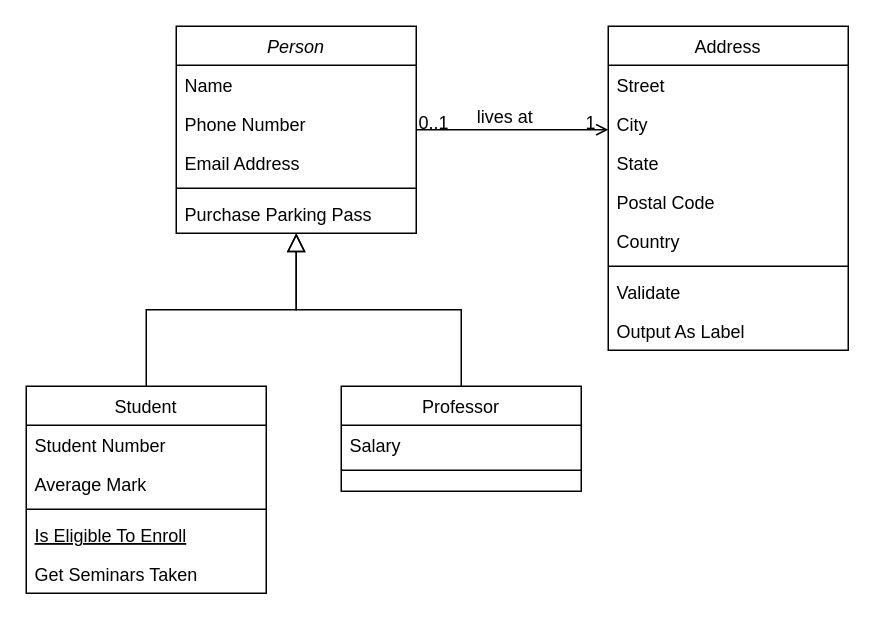
Before: DK i DO/dostawca.drawio in Tarik-Alaiwi-dev/psi, a draw.io diagram. Source tidied: cells renumbered, new cells numbered last; positions are measured from the earlier drawing's top-left corner, leaving out a move shared by most shapes. Both pictures are drawn from the tidied source at 150%, with x=0, y=0 at pixel (26, 26).
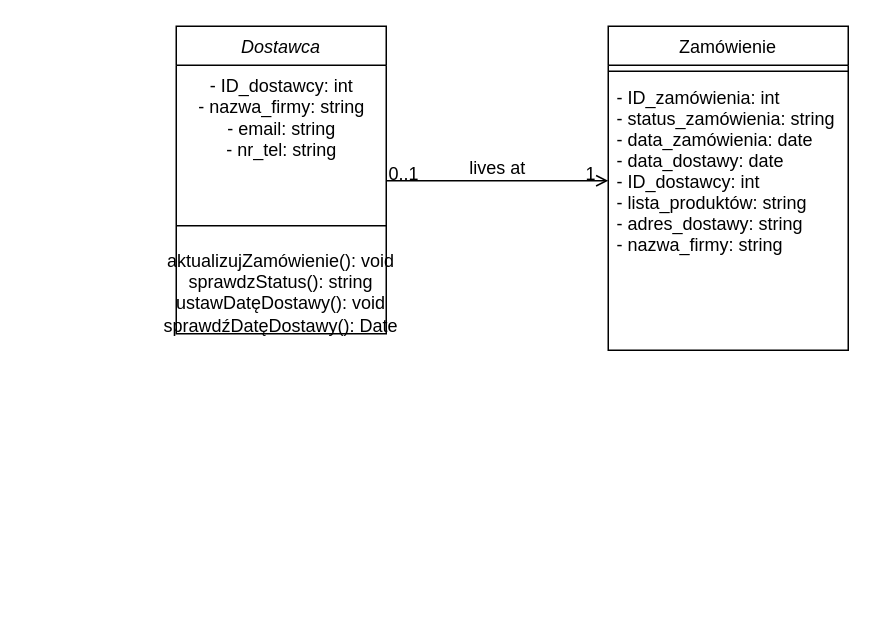
Above is the later version.

Diff of the diagram source:
```diff
@@
-    <mxCell id="2" value="Person" style="swimlane;fontStyle=2;align=center;verticalAlign=top;horizontal=1;startSize=26;rounded=0;shadow=0;strokeWidth=1;" parent="1" vertex="1">
-      <mxGeometry x="100" width="160" height="138" as="geometry" />
+    <mxCell id="2" value="Dostawca" style="swimlane;fontStyle=2;align=center;verticalAlign=top;horizontal=1;startSize=26;rounded=0;shadow=0;strokeWidth=1;" parent="1" vertex="1">
+      <mxGeometry x="100" width="140" height="205" as="geometry" />
     </mxCell>
-    <mxCell id="3" value="Name" style="text;align=left;verticalAlign=top;spacingLeft=4;spacingRight=4;overflow=hidden;" parent="2" vertex="1">
-      <mxGeometry y="26" width="160" height="26" as="geometry" />
-    </mxCell>
-    <mxCell id="4" value="Phone Number" style="text;align=left;verticalAlign=top;spacingLeft=4;spacingRight=4;overflow=hidden;rounded=0;shadow=0;html=0;" parent="2" vertex="1">
-      <mxGeometry y="52" width="160" height="26" as="geometry" />
-    </mxCell>
-    <mxCell id="5" value="Email Address" style="text;align=left;verticalAlign=top;spacingLeft=4;spacingRight=4;overflow=hidden;rounded=0;shadow=0;html=0;" parent="2" vertex="1">
-      <mxGeometry y="78" width="160" height="26" as="geometry" />
-    </mxCell>
+    <mxCell id="32" value="&lt;span style=&quot;text-align: left;&quot;&gt;- ID_dostawcy: int&lt;/span&gt;&lt;br style=&quot;padding: 0px; margin: 0px; text-align: left;&quot;&gt;&lt;span style=&quot;text-align: left;&quot;&gt;- nazwa_firmy: string&lt;/span&gt;&lt;br style=&quot;padding: 0px; margin: 0px; text-align: left;&quot;&gt;&lt;span style=&quot;text-align: left;&quot;&gt;- email: string&lt;/span&gt;&lt;br style=&quot;padding: 0px; margin: 0px; text-align: left;&quot;&gt;&lt;span style=&quot;text-align: left;&quot;&gt;- nr_tel: string&lt;/span&gt;" style="text;html=1;align=center;verticalAlign=middle;strokeColor=none;fillColor=none;" parent="2" vertex="1">
+      <mxGeometry y="26" width="140" height="70" as="geometry" />
+    </mxCell>
     <mxCell id="6" style="line;html=1;strokeWidth=1;align=left;verticalAlign=middle;spacingTop=-1;spacingLeft=3;spacingRight=3;labelPosition=right;" parent="2" vertex="1">
-      <mxGeometry y="104" width="160" height="8" as="geometry" />
+      <mxGeometry y="96" width="140" height="74" as="geometry" />
     </mxCell>
-    <mxCell id="7" value="Purchase Parking Pass" style="text;align=left;verticalAlign=top;spacingLeft=4;spacingRight=4;overflow=hidden;" parent="2" vertex="1">
-      <mxGeometry y="112" width="160" height="26" as="geometry" />
-    </mxCell>
-    <mxCell id="8" value="Student" style="swimlane;fontStyle=0;align=center;verticalAlign=top;horizontal=1;startSize=26;rounded=0;shadow=0;strokeWidth=1;" parent="1" vertex="1">
-      <mxGeometry y="240" width="160" height="138" as="geometry" />
-    </mxCell>
-    <mxCell id="9" value="Student Number" style="text;align=left;verticalAlign=top;spacingLeft=4;spacingRight=4;overflow=hidden;" parent="8" vertex="1">
-      <mxGeometry y="26" width="160" height="26" as="geometry" />
-    </mxCell>
-    <mxCell id="10" value="Average Mark" style="text;align=left;verticalAlign=top;spacingLeft=4;spacingRight=4;overflow=hidden;rounded=0;shadow=0;html=0;" parent="8" vertex="1">
-      <mxGeometry y="52" width="160" height="26" as="geometry" />
-    </mxCell>
-    <mxCell id="11" style="line;html=1;strokeWidth=1;align=left;verticalAlign=middle;spacingTop=-1;spacingLeft=3;spacingRight=3;labelPosition=right;" parent="8" vertex="1">
-      <mxGeometry y="78" width="160" height="8" as="geometry" />
-    </mxCell>
-    <mxCell id="12" value="Is Eligible To Enroll" style="text;align=left;verticalAlign=top;spacingLeft=4;spacingRight=4;overflow=hidden;fontStyle=4;" parent="8" vertex="1">
-      <mxGeometry y="86" width="160" height="26" as="geometry" />
-    </mxCell>
-    <mxCell id="13" value="Get Seminars Taken" style="text;align=left;verticalAlign=top;spacingLeft=4;spacingRight=4;overflow=hidden;" parent="8" vertex="1">
-      <mxGeometry y="112" width="160" height="26" as="geometry" />
-    </mxCell>
-    <mxCell id="14" style="endArrow=block;endSize=10;endFill=0;shadow=0;strokeWidth=1;rounded=0;curved=0;edgeStyle=elbowEdgeStyle;elbow=vertical;" parent="1" edge="1" source="8" target="2">
-      <mxGeometry relative="1" as="geometry" />
-    </mxCell>
-    <mxCell id="15" value="Professor" style="swimlane;fontStyle=0;align=center;verticalAlign=top;horizontal=1;startSize=26;rounded=0;shadow=0;strokeWidth=1;" parent="1" vertex="1">
-      <mxGeometry x="210" y="240" width="160" height="70" as="geometry" />
-    </mxCell>
-    <mxCell id="16" value="Salary" style="text;align=left;verticalAlign=top;spacingLeft=4;spacingRight=4;overflow=hidden;" parent="15" vertex="1">
-      <mxGeometry y="26" width="160" height="26" as="geometry" />
-    </mxCell>
-    <mxCell id="17" style="line;html=1;strokeWidth=1;align=left;verticalAlign=middle;spacingTop=-1;spacingLeft=3;spacingRight=3;labelPosition=right;" parent="15" vertex="1">
-      <mxGeometry y="52" width="160" height="8" as="geometry" />
-    </mxCell>
-    <mxCell id="18" style="endArrow=block;endSize=10;endFill=0;shadow=0;strokeWidth=1;rounded=0;curved=0;edgeStyle=elbowEdgeStyle;elbow=vertical;" parent="1" edge="1" source="15" target="2">
-      <mxGeometry relative="1" as="geometry" />
-    </mxCell>
+    <mxCell id="33" value="&lt;span style=&quot;text-wrap: nowrap;&quot;&gt;aktualizujZamówienie(): void&lt;/span&gt;&lt;div&gt;&lt;span style=&quot;text-wrap: nowrap;&quot;&gt;sprawdzStatus(): string&lt;/span&gt;&lt;/div&gt;&lt;div&gt;&lt;span style=&quot;text-wrap: nowrap;&quot;&gt;ustawDatęDostawy(): void&lt;/span&gt;&lt;/div&gt;&lt;div&gt;&lt;span style=&quot;text-wrap: nowrap;&quot;&gt;sprawdźDatęDostawy(): Date&lt;/span&gt;&lt;/div&gt;&lt;div&gt;&lt;span style=&quot;text-wrap: nowrap;&quot;&gt;&lt;br&gt;&lt;/span&gt;&lt;/div&gt;" style="text;html=1;align=center;verticalAlign=middle;whiteSpace=wrap;rounded=0;" parent="2" vertex="1">
+      <mxGeometry y="170" width="140" height="30" as="geometry" />
+    </mxCell>
-    <mxCell id="19" value="Address" style="swimlane;fontStyle=0;align=center;verticalAlign=top;horizontal=1;startSize=26;rounded=0;shadow=0;strokeWidth=1;" parent="1" vertex="1">
+    <mxCell id="19" value="Zamówienie" style="swimlane;fontStyle=0;align=center;verticalAlign=top;horizontal=1;startSize=26;rounded=0;shadow=0;strokeWidth=1;" parent="1" vertex="1">
       <mxGeometry x="388" width="160" height="216" as="geometry" />
     </mxCell>
-    <mxCell id="20" value="Street" style="text;align=left;verticalAlign=top;spacingLeft=4;spacingRight=4;overflow=hidden;" parent="19" vertex="1">
-      <mxGeometry y="26" width="160" height="26" as="geometry" />
-    </mxCell>
-    <mxCell id="21" value="City" style="text;align=left;verticalAlign=top;spacingLeft=4;spacingRight=4;overflow=hidden;rounded=0;shadow=0;html=0;" parent="19" vertex="1">
-      <mxGeometry y="52" width="160" height="26" as="geometry" />
-    </mxCell>
-    <mxCell id="22" value="State" style="text;align=left;verticalAlign=top;spacingLeft=4;spacingRight=4;overflow=hidden;rounded=0;shadow=0;html=0;" parent="19" vertex="1">
-      <mxGeometry y="78" width="160" height="26" as="geometry" />
-    </mxCell>
-    <mxCell id="23" value="Postal Code" style="text;align=left;verticalAlign=top;spacingLeft=4;spacingRight=4;overflow=hidden;rounded=0;shadow=0;html=0;" parent="19" vertex="1">
-      <mxGeometry y="104" width="160" height="26" as="geometry" />
-    </mxCell>
-    <mxCell id="24" value="Country" style="text;align=left;verticalAlign=top;spacingLeft=4;spacingRight=4;overflow=hidden;rounded=0;shadow=0;html=0;" parent="19" vertex="1">
-      <mxGeometry y="130" width="160" height="26" as="geometry" />
-    </mxCell>
     <mxCell id="25" style="line;html=1;strokeWidth=1;align=left;verticalAlign=middle;spacingTop=-1;spacingLeft=3;spacingRight=3;labelPosition=right;" parent="19" vertex="1">
-      <mxGeometry y="156" width="160" height="8" as="geometry" />
+      <mxGeometry y="26" width="160" height="8" as="geometry" />
     </mxCell>
-    <mxCell id="26" value="Validate" style="text;align=left;verticalAlign=top;spacingLeft=4;spacingRight=4;overflow=hidden;" parent="19" vertex="1">
-      <mxGeometry y="164" width="160" height="26" as="geometry" />
+    <mxCell id="26" value="- ID_zamówienia: int&#10;- status_zamówienia: string&#10;- data_zamówienia: date&#10;- data_dostawy: date&#10;- ID_dostawcy: int&#10;- lista_produktów: string&#10;- adres_dostawy: string&#10;- nazwa_firmy: string" style="text;align=left;verticalAlign=top;spacingLeft=4;spacingRight=4;overflow=hidden;" parent="19" vertex="1">
+      <mxGeometry y="34" width="160" height="156" as="geometry" />
     </mxCell>
-    <mxCell id="27" value="Output As Label" style="text;align=left;verticalAlign=top;spacingLeft=4;spacingRight=4;overflow=hidden;" parent="19" vertex="1">
-      <mxGeometry y="190" width="160" height="26" as="geometry" />
-    </mxCell>
```
